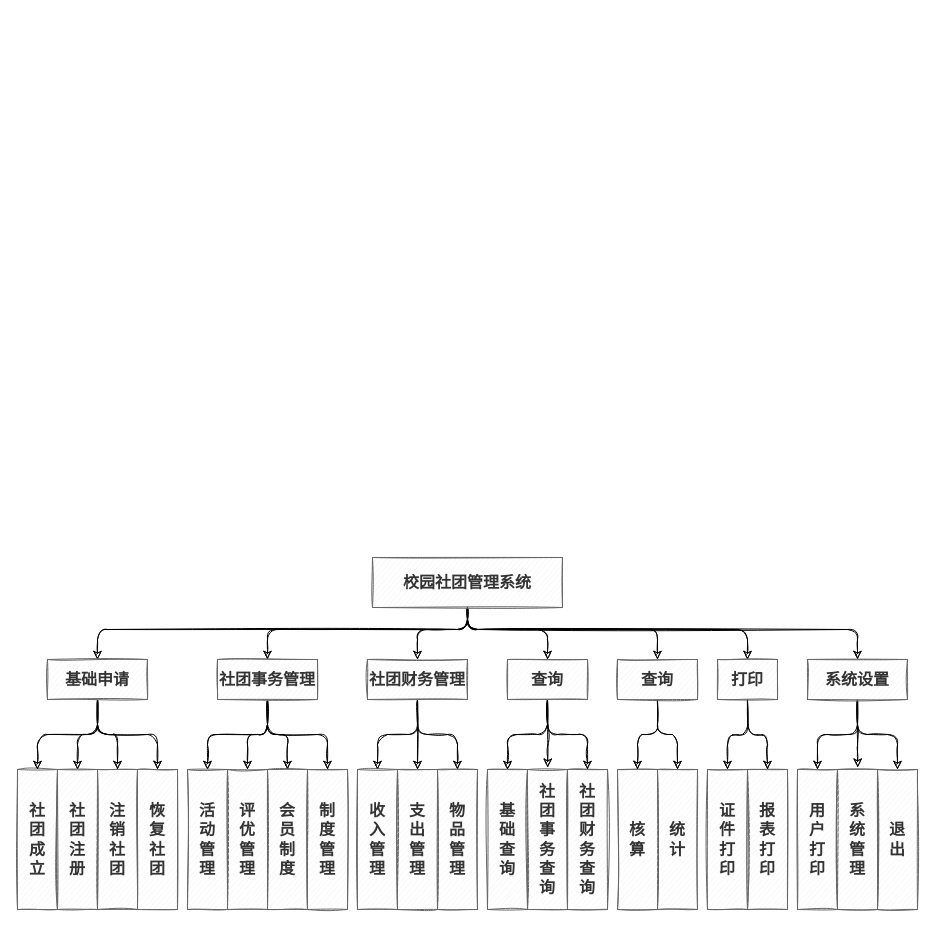
Earlier version of the draw.io diagram 校园社团管理系统.drawio (cuitao1998/diagram). Source tidied: cells renumbered, new cells numbered last; positions are measured from the earlier drawing's top-left corner, leaving out a move shared by most shapes. Both pictures are drawn from the tidied source at 100%, with x=0, y=0 at pixel (17, 557).
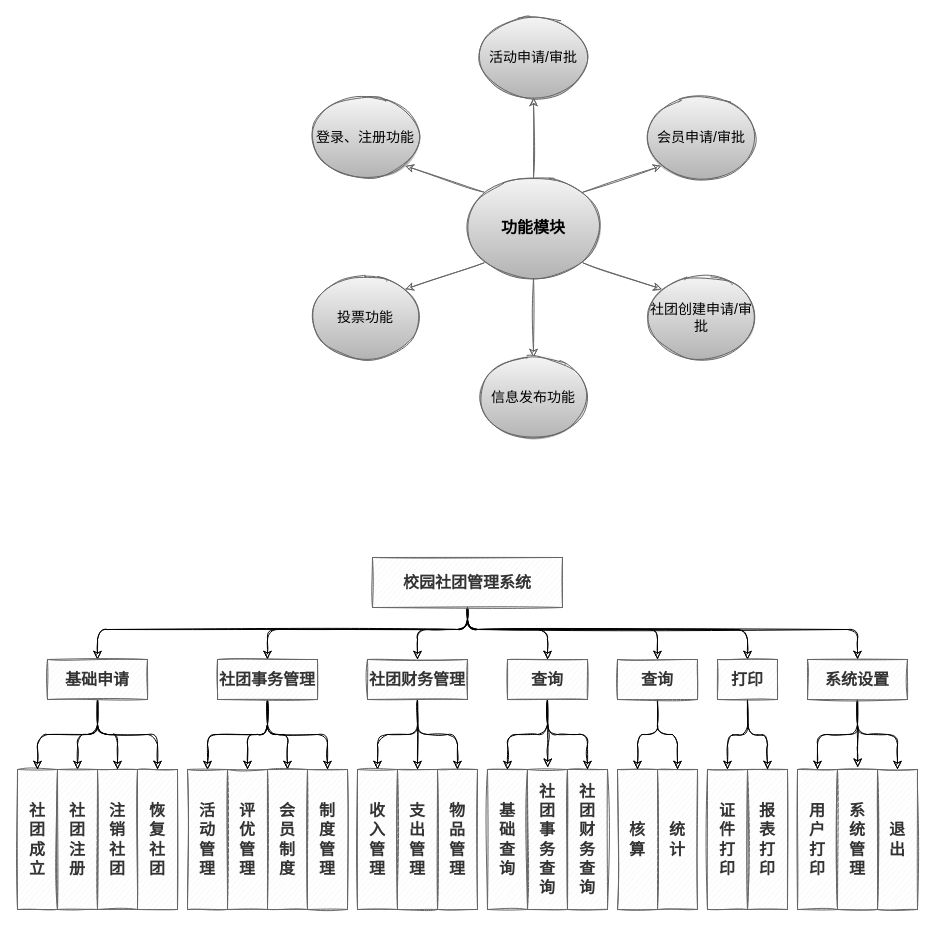
The same page after the edit.

Commit message:
更新校园社团管理系统.drawio

The edit, as a diff of the source:
```diff
@@
+    <mxCell id="59" style="edgeStyle=orthogonalEdgeStyle;rounded=0;jettySize=auto;html=1;entryX=0.5;entryY=1;entryDx=0;entryDy=0;fontFamily=Comic Sans MS;fontSize=14;sketch=1;fillColor=#f5f5f5;gradientColor=#b3b3b3;strokeColor=#666666;" parent="1" edge="1" source="65" target="67">
+      <mxGeometry relative="1" as="geometry" />
+    </mxCell>
+    <mxCell id="60" style="edgeStyle=orthogonalEdgeStyle;rounded=0;jettySize=auto;html=1;entryX=0.5;entryY=0;entryDx=0;entryDy=0;fontFamily=Comic Sans MS;fontSize=14;sketch=1;fillColor=#f5f5f5;gradientColor=#b3b3b3;strokeColor=#666666;" parent="1" edge="1" source="65" target="70">
+      <mxGeometry relative="1" as="geometry" />
+    </mxCell>
+    <mxCell id="61" style="rounded=0;jettySize=auto;html=1;exitX=0;exitY=0;exitDx=0;exitDy=0;entryX=1;entryY=1;entryDx=0;entryDy=0;fontFamily=Comic Sans MS;fontSize=14;sketch=1;fillColor=#f5f5f5;gradientColor=#b3b3b3;strokeColor=#666666;" parent="1" edge="1" source="65" target="66">
+      <mxGeometry relative="1" as="geometry" />
+    </mxCell>
+    <mxCell id="62" style="edgeStyle=none;rounded=0;jettySize=auto;html=1;exitX=0;exitY=1;exitDx=0;exitDy=0;entryX=1;entryY=0;entryDx=0;entryDy=0;fontFamily=Comic Sans MS;fontSize=14;sketch=1;fillColor=#f5f5f5;gradientColor=#b3b3b3;strokeColor=#666666;" parent="1" edge="1" source="65" target="71">
+      <mxGeometry relative="1" as="geometry" />
+    </mxCell>
+    <mxCell id="63" style="edgeStyle=none;rounded=0;jettySize=auto;html=1;exitX=1;exitY=0;exitDx=0;exitDy=0;entryX=0;entryY=1;entryDx=0;entryDy=0;fontFamily=Comic Sans MS;fontSize=14;sketch=1;fillColor=#f5f5f5;gradientColor=#b3b3b3;strokeColor=#666666;" parent="1" edge="1" source="65" target="68">
+      <mxGeometry relative="1" as="geometry" />
+    </mxCell>
+    <mxCell id="64" style="edgeStyle=none;rounded=0;jettySize=auto;html=1;exitX=1;exitY=1;exitDx=0;exitDy=0;entryX=0;entryY=0;entryDx=0;entryDy=0;fontFamily=Comic Sans MS;fontSize=14;sketch=1;fillColor=#f5f5f5;gradientColor=#b3b3b3;strokeColor=#666666;" parent="1" edge="1" source="65" target="69">
+      <mxGeometry relative="1" as="geometry" />
+    </mxCell>
+    <mxCell id="65" value="&lt;font style=&quot;font-size: 16px&quot;&gt;&lt;b&gt;功能模块&lt;/b&gt;&lt;/font&gt;" style="ellipse;whiteSpace=wrap;html=1;sketch=1;fillColor=#f5f5f5;gradientColor=#b3b3b3;strokeColor=#666666;" parent="1" vertex="1">
+      <mxGeometry x="446" y="-380" width="140" height="100" as="geometry" />
+    </mxCell>
+    <mxCell id="66" value="&lt;font size=&quot;1&quot;&gt;&lt;span style=&quot;font-size: 14px&quot;&gt;登录、注册功能&lt;/span&gt;&lt;/font&gt;" style="ellipse;whiteSpace=wrap;html=1;sketch=1;fillColor=#f5f5f5;gradientColor=#b3b3b3;strokeColor=#666666;" parent="1" vertex="1">
+      <mxGeometry x="292" y="-460" width="112" height="80" as="geometry" />
+    </mxCell>
+    <mxCell id="67" value="&lt;span style=&quot;font-size: 14px&quot;&gt;活动申请/审批&lt;/span&gt;" style="ellipse;whiteSpace=wrap;html=1;sketch=1;fillColor=#f5f5f5;gradientColor=#b3b3b3;strokeColor=#666666;" parent="1" vertex="1">
+      <mxGeometry x="460" y="-540" width="112" height="80" as="geometry" />
+    </mxCell>
+    <mxCell id="68" value="&lt;span style=&quot;font-size: 14px&quot;&gt;会员申请/审批&lt;/span&gt;" style="ellipse;whiteSpace=wrap;html=1;sketch=1;fillColor=#f5f5f5;gradientColor=#b3b3b3;strokeColor=#666666;" parent="1" vertex="1">
+      <mxGeometry x="628" y="-460" width="112" height="80" as="geometry" />
+    </mxCell>
+    <mxCell id="69" value="&lt;span style=&quot;font-size: 14px&quot;&gt;社团创建申请/审批&lt;/span&gt;" style="ellipse;whiteSpace=wrap;html=1;sketch=1;fillColor=#f5f5f5;gradientColor=#b3b3b3;strokeColor=#666666;" parent="1" vertex="1">
+      <mxGeometry x="628" y="-280" width="112" height="80" as="geometry" />
+    </mxCell>
+    <mxCell id="70" value="&lt;span style=&quot;font-size: 14px&quot;&gt;信息发布功能&lt;/span&gt;" style="ellipse;whiteSpace=wrap;html=1;sketch=1;fillColor=#f5f5f5;gradientColor=#b3b3b3;strokeColor=#666666;" parent="1" vertex="1">
+      <mxGeometry x="460" y="-200" width="112" height="80" as="geometry" />
+    </mxCell>
+    <mxCell id="71" value="&lt;span style=&quot;font-size: 14px&quot;&gt;投票功能&lt;/span&gt;" style="ellipse;whiteSpace=wrap;html=1;sketch=1;fillColor=#f5f5f5;gradientColor=#b3b3b3;strokeColor=#666666;" parent="1" vertex="1">
+      <mxGeometry x="292" y="-280" width="112" height="80" as="geometry" />
+    </mxCell>
```
